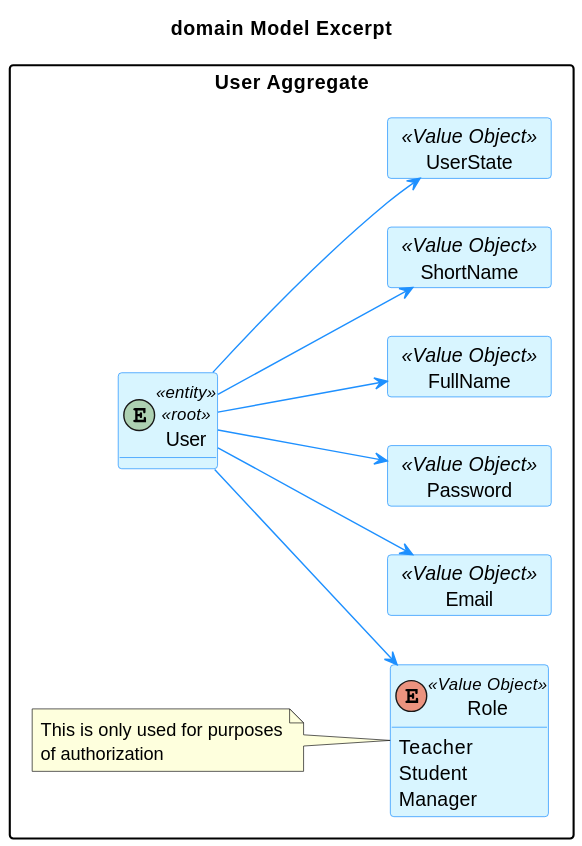
Above: docs/SPRINT A/US_G006/Analysis/Domain_Model_Excerpt.svg in brunacosta03/sem4pi_22_23 (PlantUML), before the change.
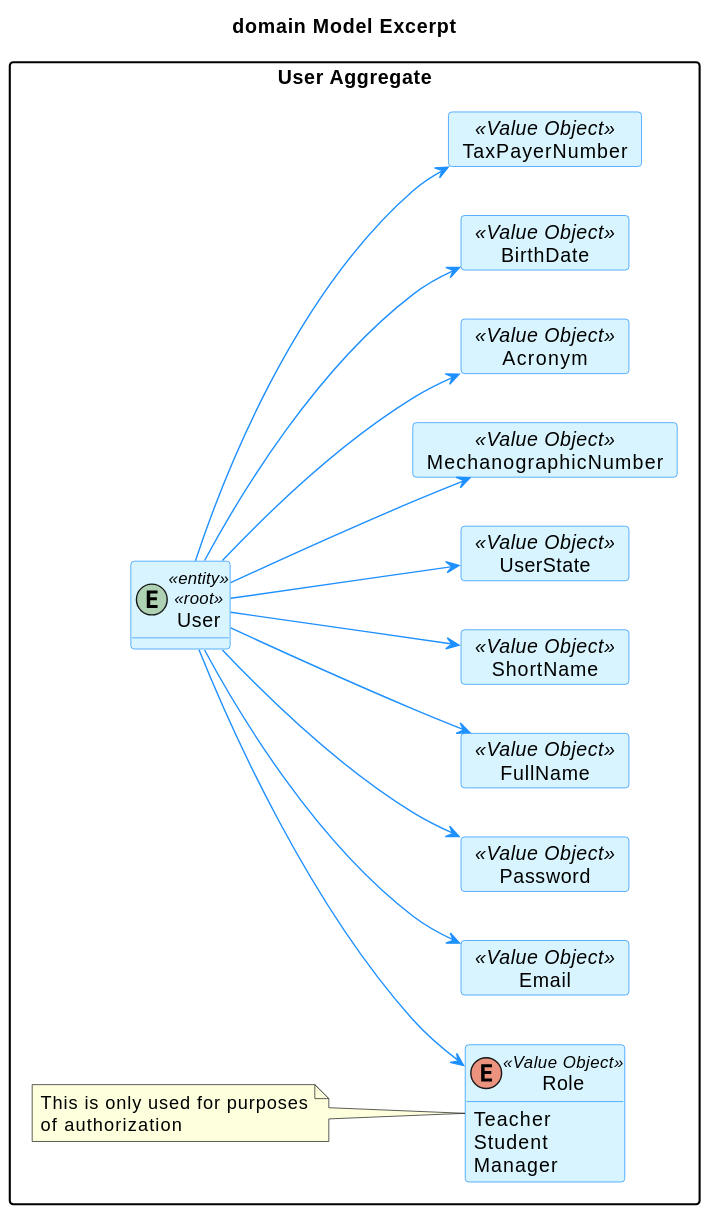
After the commit.

Commit message:
docs: refactoring this part of domain model according to main domain model #5 #2

What changed in the source:
```diff
@@ -1,5 +1,5 @@
 @startuml
-title Domain Model Excerpt
+title domain Model Excerpt
 
 hide methods
 left to right direction
@@ -37,6 +37,14 @@
     }
     card UserState <<Value Object>>{
     }
+    card MechanographicNumber <<Value Object>>{
+    }
+    card Acronym <<Value Object>> {
+    }
+    card BirthDate <<Value Object>> {
+    }
+    card TaxPayerNumber <<Value Object>> {
+    }
     enum Role <<Value Object>> {
         Teacher
         Student
@@ -49,6 +57,10 @@
     User --> ShortName
     User --> Role
     User --> UserState
+    User --> MechanographicNumber
+    User --> Acronym
+    User --> BirthDate
+    User --> TaxPayerNumber
 
     note left of Role
         This is only used for purposes
```
